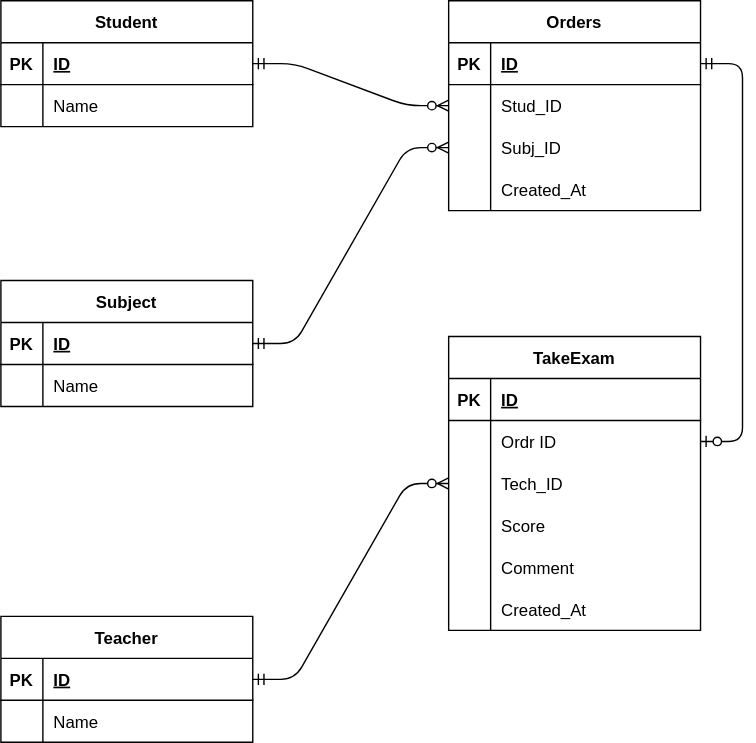
This is exercise.drawio.svg from yskabye/20220704ooki, a draw.io export, as it was before one commit. Source tidied: cells renumbered, new cells last; positions are measured from the earlier drawing's top-left corner, leaving out a move shared by most shapes.
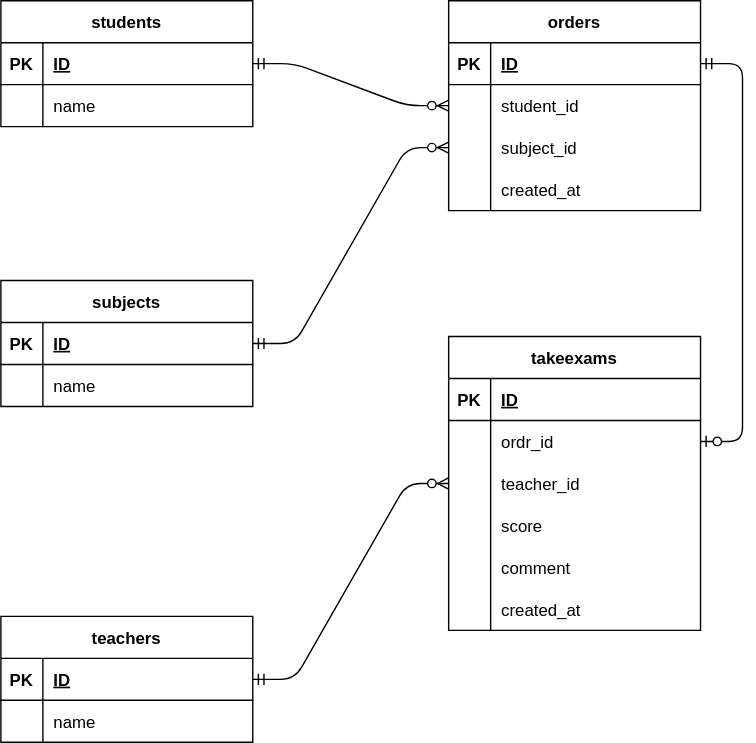
After the change.

Diff of the diagram source:
```diff
@@ -2,7 +2,7 @@
   <root>
     <mxCell id="0" />
     <mxCell id="1" parent="0" />
-    <mxCell id="2" value="Orders" style="shape=table;startSize=30;rowLines=0;fontStyle=1;align=center;" parent="1" vertex="1">
+    <mxCell id="2" value="orders" style="shape=table;startSize=30;rowLines=0;fontStyle=1;align=center;" parent="1" vertex="1">
       <mxGeometry x="320" width="180" height="150" as="geometry" />
     </mxCell>
     <mxCell id="3" style="shape=partialRectangle;fillColor=none;top=0;left=0;bottom=1;right=0;points=[[0,0.5],[1,0.5]];portConstraint=eastwest;" parent="2" vertex="1">
@@ -20,7 +20,7 @@
     <mxCell id="7" style="shape=partialRectangle;fillColor=none;top=0;left=0;bottom=0;right=0;overflow=hidden;" parent="6" vertex="1">
       <mxGeometry width="30" height="30" as="geometry" />
     </mxCell>
-    <mxCell id="8" value="Stud_ID" style="shape=partialRectangle;fillColor=none;top=0;left=0;bottom=0;right=0;align=left;spacingLeft=6;overflow=hidden;" parent="6" vertex="1">
+    <mxCell id="8" value="student_id" style="shape=partialRectangle;fillColor=none;top=0;left=0;bottom=0;right=0;align=left;spacingLeft=6;overflow=hidden;" parent="6" vertex="1">
       <mxGeometry x="30" width="150" height="30" as="geometry" />
     </mxCell>
     <mxCell id="9" style="shape=partialRectangle;fillColor=none;top=0;left=0;bottom=0;right=0;points=[[0,0.5],[1,0.5]];portConstraint=eastwest;" parent="2" vertex="1">
@@ -29,7 +29,7 @@
     <mxCell id="10" style="shape=partialRectangle;fillColor=none;top=0;left=0;bottom=0;right=0;overflow=hidden;" parent="9" vertex="1">
       <mxGeometry width="30" height="30" as="geometry" />
     </mxCell>
-    <mxCell id="11" value="Subj_ID" style="shape=partialRectangle;fillColor=none;top=0;left=0;bottom=0;right=0;align=left;spacingLeft=6;overflow=hidden;" parent="9" vertex="1">
+    <mxCell id="11" value="subject_id" style="shape=partialRectangle;fillColor=none;top=0;left=0;bottom=0;right=0;align=left;spacingLeft=6;overflow=hidden;" parent="9" vertex="1">
       <mxGeometry x="30" width="150" height="30" as="geometry" />
     </mxCell>
     <mxCell id="12" style="shape=partialRectangle;fillColor=none;top=0;left=0;bottom=0;right=0;" parent="2" vertex="1">
@@ -38,10 +38,10 @@
     <mxCell id="13" style="shape=partialRectangle;fillColor=none;top=0;left=0;bottom=0;right=0;overflow=hidden;" parent="12" vertex="1">
       <mxGeometry width="30" height="30" as="geometry" />
     </mxCell>
-    <mxCell id="14" value="Created_At" style="shape=partialRectangle;fillColor=none;top=0;left=0;bottom=0;right=0;align=left;spacingLeft=6;overflow=hidden;" parent="12" vertex="1">
+    <mxCell id="14" value="created_at" style="shape=partialRectangle;fillColor=none;top=0;left=0;bottom=0;right=0;align=left;spacingLeft=6;overflow=hidden;" parent="12" vertex="1">
       <mxGeometry x="30" width="150" height="30" as="geometry" />
     </mxCell>
-    <mxCell id="15" value="Subject" style="shape=table;startSize=30;rowLines=0;fontStyle=1;align=center;" parent="1" vertex="1">
+    <mxCell id="15" value="subjects" style="shape=table;startSize=30;rowLines=0;fontStyle=1;align=center;" parent="1" vertex="1">
       <mxGeometry y="200" width="180" height="90" as="geometry" />
     </mxCell>
     <mxCell id="16" style="shape=partialRectangle;fillColor=none;top=0;left=0;bottom=1;right=0;points=[[0,0.5],[1,0.5]];portConstraint=eastwest;" parent="15" vertex="1">
@@ -59,10 +59,10 @@
     <mxCell id="20" style="shape=partialRectangle;fillColor=none;top=0;left=0;bottom=0;right=0;overflow=hidden;" parent="19" vertex="1">
       <mxGeometry width="30" height="30" as="geometry" />
     </mxCell>
-    <mxCell id="21" value="Name" style="shape=partialRectangle;fillColor=none;top=0;left=0;bottom=0;right=0;align=left;spacingLeft=6;overflow=hidden;" parent="19" vertex="1">
+    <mxCell id="21" value="name" style="shape=partialRectangle;fillColor=none;top=0;left=0;bottom=0;right=0;align=left;spacingLeft=6;overflow=hidden;" parent="19" vertex="1">
       <mxGeometry x="30" width="150" height="30" as="geometry" />
     </mxCell>
-    <mxCell id="22" value="Student" style="shape=table;startSize=30;rowLines=0;fontStyle=1;align=center;" parent="1" vertex="1">
+    <mxCell id="22" value="students" style="shape=table;startSize=30;rowLines=0;fontStyle=1;align=center;" parent="1" vertex="1">
       <mxGeometry width="180" height="90" as="geometry" />
     </mxCell>
     <mxCell id="23" style="shape=partialRectangle;fillColor=none;top=0;left=0;bottom=1;right=0;points=[[0,0.5],[1,0.5]];portConstraint=eastwest;" parent="22" vertex="1">
@@ -80,7 +80,7 @@
     <mxCell id="27" style="shape=partialRectangle;fillColor=none;top=0;left=0;bottom=0;right=0;overflow=hidden;" parent="26" vertex="1">
       <mxGeometry width="30" height="30" as="geometry" />
     </mxCell>
-    <mxCell id="28" value="Name" style="shape=partialRectangle;fillColor=none;top=0;left=0;bottom=0;right=0;align=left;spacingLeft=6;overflow=hidden;" parent="26" vertex="1">
+    <mxCell id="28" value="name" style="shape=partialRectangle;fillColor=none;top=0;left=0;bottom=0;right=0;align=left;spacingLeft=6;overflow=hidden;" parent="26" vertex="1">
       <mxGeometry x="30" width="150" height="30" as="geometry" />
     </mxCell>
     <mxCell id="29" style="edgeStyle=entityRelationEdgeStyle;fontSize=12;html=1;endArrow=ERzeroToMany;startArrow=ERmandOne;exitX=1;exitY=0.5;exitDx=0;exitDy=0;entryX=0;entryY=0.5;entryDx=0;entryDy=0;" parent="1" edge="1" source="23" target="6">
@@ -89,7 +89,7 @@
     <mxCell id="30" style="edgeStyle=entityRelationEdgeStyle;fontSize=12;html=1;endArrow=ERzeroToMany;startArrow=ERmandOne;exitX=1;exitY=0.5;exitDx=0;exitDy=0;entryX=0;entryY=0.5;entryDx=0;entryDy=0;" parent="1" edge="1" source="16" target="9">
       <mxGeometry relative="1" as="geometry" />
     </mxCell>
-    <mxCell id="31" value="TakeExam" style="shape=table;startSize=30;rowLines=0;fontStyle=1;align=center;" parent="1" vertex="1">
+    <mxCell id="31" value="takeexams" style="shape=table;startSize=30;rowLines=0;fontStyle=1;align=center;" parent="1" vertex="1">
       <mxGeometry x="320" y="240" width="180" height="210" as="geometry" />
     </mxCell>
     <mxCell id="32" style="shape=partialRectangle;fillColor=none;top=0;left=0;bottom=1;right=0;" parent="31" vertex="1">
@@ -107,7 +107,7 @@
     <mxCell id="36" style="shape=partialRectangle;fillColor=none;top=0;left=0;bottom=0;right=0;overflow=hidden;" parent="35" vertex="1">
       <mxGeometry width="30" height="30" as="geometry" />
     </mxCell>
-    <mxCell id="37" value="Ordr ID" style="shape=partialRectangle;fillColor=none;top=0;left=0;bottom=0;right=0;align=left;spacingLeft=6;overflow=hidden;" parent="35" vertex="1">
+    <mxCell id="37" value="ordr_id" style="shape=partialRectangle;fillColor=none;top=0;left=0;bottom=0;right=0;align=left;spacingLeft=6;overflow=hidden;" parent="35" vertex="1">
       <mxGeometry x="30" width="150" height="30" as="geometry" />
     </mxCell>
     <mxCell id="38" style="shape=partialRectangle;fillColor=none;top=0;left=0;bottom=0;right=0;points=[[0,0.5],[1,0.5]];portConstraint=eastwest;" parent="31" vertex="1">
@@ -116,7 +116,7 @@
     <mxCell id="39" style="shape=partialRectangle;fillColor=none;top=0;left=0;bottom=0;right=0;overflow=hidden;" parent="38" vertex="1">
       <mxGeometry width="30" height="30" as="geometry" />
     </mxCell>
-    <mxCell id="40" value="Tech_ID" style="shape=partialRectangle;fillColor=none;top=0;left=0;bottom=0;right=0;align=left;spacingLeft=6;overflow=hidden;" parent="38" vertex="1">
+    <mxCell id="40" value="teacher_id" style="shape=partialRectangle;fillColor=none;top=0;left=0;bottom=0;right=0;align=left;spacingLeft=6;overflow=hidden;" parent="38" vertex="1">
       <mxGeometry x="30" width="150" height="30" as="geometry" />
     </mxCell>
     <mxCell id="41" style="shape=partialRectangle;fillColor=none;top=0;left=0;bottom=0;right=0;" parent="31" vertex="1">
@@ -125,7 +125,7 @@
     <mxCell id="42" style="shape=partialRectangle;fillColor=none;top=0;left=0;bottom=0;right=0;overflow=hidden;" parent="41" vertex="1">
       <mxGeometry width="30" height="30" as="geometry" />
     </mxCell>
-    <mxCell id="43" value="Score" style="shape=partialRectangle;fillColor=none;top=0;left=0;bottom=0;right=0;align=left;spacingLeft=6;overflow=hidden;" parent="41" vertex="1">
+    <mxCell id="43" value="score" style="shape=partialRectangle;fillColor=none;top=0;left=0;bottom=0;right=0;align=left;spacingLeft=6;overflow=hidden;" parent="41" vertex="1">
       <mxGeometry x="30" width="150" height="30" as="geometry" />
     </mxCell>
     <mxCell id="44" style="shape=partialRectangle;fillColor=none;top=0;left=0;bottom=0;right=0;" parent="31" vertex="1">
@@ -134,7 +134,7 @@
     <mxCell id="45" style="shape=partialRectangle;fillColor=none;top=0;left=0;bottom=0;right=0;overflow=hidden;" parent="44" vertex="1">
       <mxGeometry width="30" height="30" as="geometry" />
     </mxCell>
-    <mxCell id="46" value="Comment" style="shape=partialRectangle;fillColor=none;top=0;left=0;bottom=0;right=0;align=left;spacingLeft=6;overflow=hidden;" parent="44" vertex="1">
+    <mxCell id="46" value="comment" style="shape=partialRectangle;fillColor=none;top=0;left=0;bottom=0;right=0;align=left;spacingLeft=6;overflow=hidden;" parent="44" vertex="1">
       <mxGeometry x="30" width="150" height="30" as="geometry" />
     </mxCell>
     <mxCell id="47" style="shape=partialRectangle;fillColor=none;top=0;left=0;bottom=0;right=0;" parent="31" vertex="1">
@@ -143,10 +143,10 @@
     <mxCell id="48" style="shape=partialRectangle;fillColor=none;top=0;left=0;bottom=0;right=0;overflow=hidden;" parent="47" vertex="1">
       <mxGeometry width="30" height="30" as="geometry" />
     </mxCell>
-    <mxCell id="49" value="Created_At" style="shape=partialRectangle;fillColor=none;top=0;left=0;bottom=0;right=0;align=left;spacingLeft=6;overflow=hidden;" parent="47" vertex="1">
+    <mxCell id="49" value="created_at" style="shape=partialRectangle;fillColor=none;top=0;left=0;bottom=0;right=0;align=left;spacingLeft=6;overflow=hidden;" parent="47" vertex="1">
       <mxGeometry x="30" width="150" height="30" as="geometry" />
     </mxCell>
-    <mxCell id="50" value="Teacher" style="shape=table;startSize=30;rowLines=0;fontStyle=1;align=center;" parent="1" vertex="1">
+    <mxCell id="50" value="teachers" style="shape=table;startSize=30;rowLines=0;fontStyle=1;align=center;" parent="1" vertex="1">
       <mxGeometry y="440" width="180" height="90" as="geometry" />
     </mxCell>
     <mxCell id="51" style="shape=partialRectangle;fillColor=none;top=0;left=0;bottom=1;right=0;points=[[0,0.5],[1,0.5]];portConstraint=eastwest;" parent="50" vertex="1">
@@ -164,7 +164,7 @@
     <mxCell id="55" style="shape=partialRectangle;fillColor=none;top=0;left=0;bottom=0;right=0;overflow=hidden;" parent="54" vertex="1">
       <mxGeometry width="30" height="30" as="geometry" />
     </mxCell>
-    <mxCell id="56" value="Name" style="shape=partialRectangle;fillColor=none;top=0;left=0;bottom=0;right=0;align=left;spacingLeft=6;overflow=hidden;" parent="54" vertex="1">
+    <mxCell id="56" value="name" style="shape=partialRectangle;fillColor=none;top=0;left=0;bottom=0;right=0;align=left;spacingLeft=6;overflow=hidden;" parent="54" vertex="1">
       <mxGeometry x="30" width="150" height="30" as="geometry" />
     </mxCell>
     <mxCell id="57" style="edgeStyle=entityRelationEdgeStyle;fontSize=12;html=1;endArrow=ERzeroToMany;startArrow=ERmandOne;exitX=1;exitY=0.5;exitDx=0;exitDy=0;entryX=0;entryY=0.5;entryDx=0;entryDy=0;" parent="1" edge="1" source="51" target="38">
```
